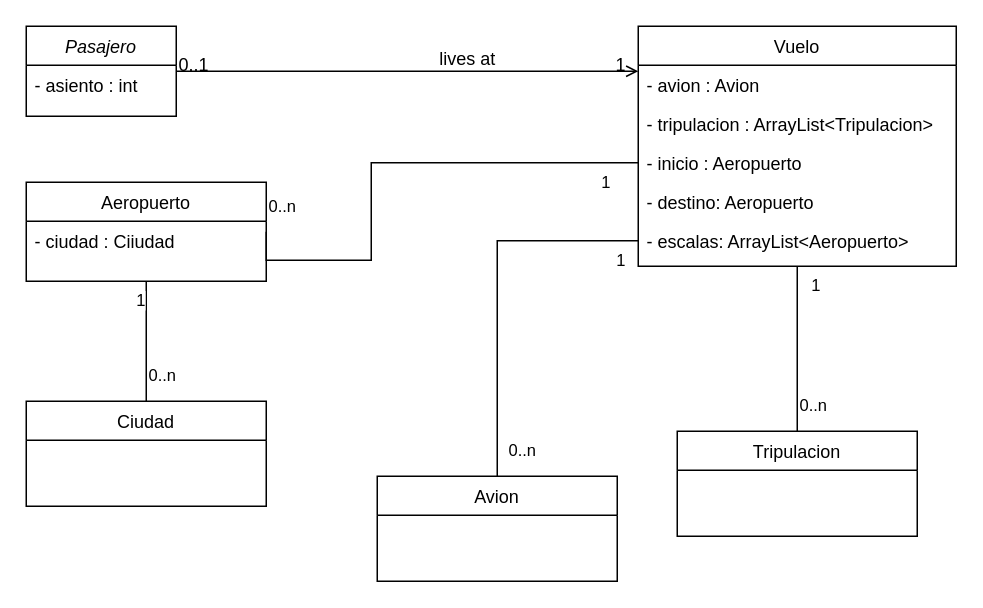
This is Untitled 3_c.drawio from 01Marina/MetodologiaDiagramasDeClases, a draw.io file, before an edit. Source tidied: cells renumbered, new cells numbered last; positions are measured from the earlier drawing's top-left corner, leaving out a move shared by most shapes. Both pictures are drawn from the tidied source at 150%, with x=0, y=0 at pixel (26, 26).
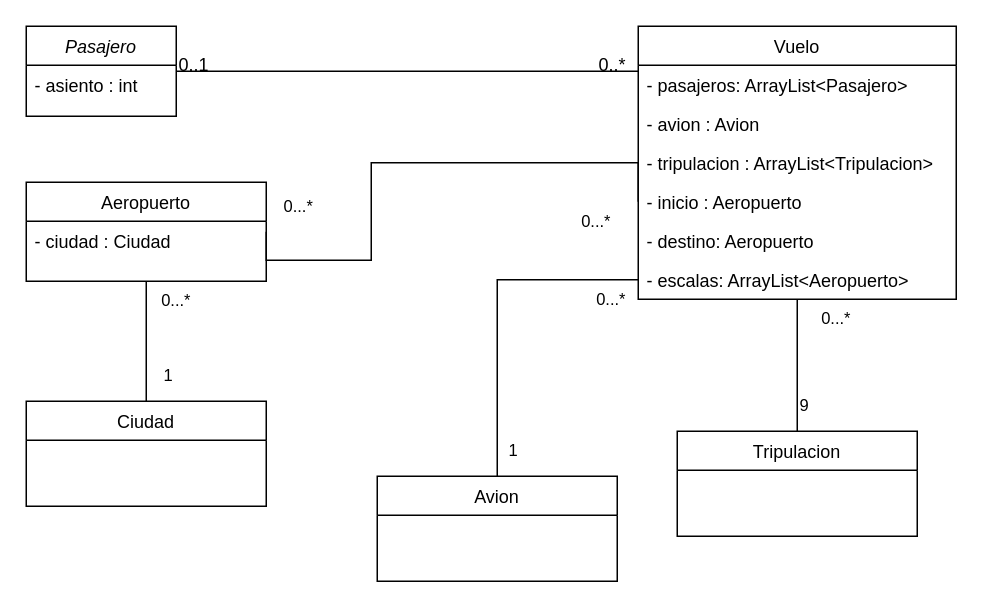
After the change.

Unchanged cells that the change refers to:
```xml
<mxCell id="2" value="Pasajero" style="swimlane;fontStyle=2;align=center;verticalAlign=top;horizontal=1;startSize=26;rounded=0;shadow=0;strokeWidth=1;" parent="1" vertex="1">
  <mxGeometry width="100" height="60" as="geometry" />
</mxCell>
<mxCell id="4" value="Aeropuerto" style="swimlane;fontStyle=0;align=center;verticalAlign=top;horizontal=1;startSize=26;rounded=0;shadow=0;strokeWidth=1;" parent="1" vertex="1">
  <mxGeometry y="104" width="160" height="66" as="geometry" />
</mxCell>
<mxCell id="19" style="endArrow=none;html=1;endSize=12;startArrow=none;startSize=14;startFill=0;edgeStyle=orthogonalEdgeStyle;rounded=0;endFill=0;entryX=0.5;entryY=1;entryDx=0;entryDy=0;exitX=0.5;exitY=0;exitDx=0;exitDy=0;" parent="1" edge="1" source="6" target="7">
  <mxGeometry relative="1" as="geometry" />
</mxCell>
<mxCell id="22" style="endArrow=none;html=1;endSize=12;startArrow=none;startSize=14;startFill=0;edgeStyle=orthogonalEdgeStyle;rounded=0;endFill=0;entryX=0;entryY=0.5;entryDx=0;entryDy=0;exitX=1;exitY=0.5;exitDx=0;exitDy=0;" parent="1" edge="1" source="4" target="10">
  <mxGeometry relative="1" as="geometry">
    <Array as="points">
      <mxPoint x="230" y="156" />
      <mxPoint x="230" y="91" />
    </Array>
  </mxGeometry>
</mxCell>
<mxCell id="25" style="endArrow=none;html=1;endSize=12;startArrow=none;startSize=14;startFill=0;edgeStyle=orthogonalEdgeStyle;rounded=0;endFill=0;exitX=0.5;exitY=0;exitDx=0;exitDy=0;entryX=0.5;entryY=1;entryDx=0;entryDy=0;" parent="1" edge="1" source="18" target="4">
  <mxGeometry relative="1" as="geometry" />
</mxCell>
<mxCell id="28" style="endArrow=none;html=1;endSize=12;startArrow=none;startSize=14;startFill=0;edgeStyle=orthogonalEdgeStyle;rounded=0;endFill=0;entryX=0;entryY=0.5;entryDx=0;entryDy=0;exitX=0.5;exitY=0;exitDx=0;exitDy=0;" parent="1" edge="1" source="17" target="12">
  <mxGeometry relative="1" as="geometry" />
</mxCell>
```

What changed in the source:
```diff
@@
-    <mxCell id="5" value="- ciudad : Ciiudad" style="text;align=left;verticalAlign=top;spacingLeft=4;spacingRight=4;overflow=hidden;" parent="4" vertex="1">
+    <mxCell id="5" value="- ciudad : Ciudad" style="text;align=left;verticalAlign=top;spacingLeft=4;spacingRight=4;overflow=hidden;" parent="4" vertex="1">
       <mxGeometry y="26" width="160" height="26" as="geometry" />
     </mxCell>
@@
     <mxCell id="7" value="Vuelo" style="swimlane;fontStyle=0;align=center;verticalAlign=top;horizontal=1;startSize=26;rounded=0;shadow=0;strokeWidth=1;" parent="1" vertex="1">
-      <mxGeometry x="408" width="212" height="160" as="geometry" />
+      <mxGeometry x="408" width="212" height="182" as="geometry" />
     </mxCell>
+    <mxCell id="31" value="- pasajeros: ArrayList&lt;Pasajero&gt;" style="text;align=left;verticalAlign=top;spacingLeft=4;spacingRight=4;overflow=hidden;" parent="7" vertex="1">
+      <mxGeometry y="26" width="212" height="26" as="geometry" />
+    </mxCell>
     <mxCell id="8" value="- avion : Avion" style="text;align=left;verticalAlign=top;spacingLeft=4;spacingRight=4;overflow=hidden;" parent="7" vertex="1">
-      <mxGeometry y="26" width="212" height="26" as="geometry" />
+      <mxGeometry y="52" width="212" height="26" as="geometry" />
     </mxCell>
     <mxCell id="9" value="- tripulacion : ArrayList&lt;Tripulacion&gt;" style="text;align=left;verticalAlign=top;spacingLeft=4;spacingRight=4;overflow=hidden;" parent="7" vertex="1">
-      <mxGeometry y="52" width="212" height="26" as="geometry" />
+      <mxGeometry y="78" width="212" height="26" as="geometry" />
     </mxCell>
     <mxCell id="10" value="- inicio : Aeropuerto" style="text;align=left;verticalAlign=top;spacingLeft=4;spacingRight=4;overflow=hidden;points=[[0,0.5],[1,0.5]];portConstraint=eastwest;" parent="7" vertex="1">
-      <mxGeometry y="78" width="212" height="26" as="geometry" />
+      <mxGeometry y="104" width="212" height="26" as="geometry" />
     </mxCell>
     <mxCell id="11" value="- destino: Aeropuerto" style="text;align=left;verticalAlign=top;spacingLeft=4;spacingRight=4;overflow=hidden;" parent="7" vertex="1">
-      <mxGeometry y="104" width="212" height="26" as="geometry" />
+      <mxGeometry y="130" width="212" height="26" as="geometry" />
     </mxCell>
     <mxCell id="12" value="- escalas: ArrayList&lt;Aeropuerto&gt;" style="text;align=left;verticalAlign=top;spacingLeft=4;spacingRight=4;overflow=hidden;points=[[0,0.5],[1,0.5]];portConstraint=eastwest;" parent="7" vertex="1">
-      <mxGeometry y="130" width="212" height="26" as="geometry" />
+      <mxGeometry y="156" width="212" height="26" as="geometry" />
     </mxCell>
-    <mxCell id="13" style="endArrow=open;shadow=0;strokeWidth=1;rounded=0;endFill=1;edgeStyle=elbowEdgeStyle;elbow=vertical;" parent="1" edge="1" source="2" target="7">
+    <mxCell id="13" style="endArrow=none;shadow=0;strokeWidth=1;rounded=0;endFill=0;edgeStyle=elbowEdgeStyle;elbow=vertical;" parent="1" edge="1" source="2" target="7">
       <mxGeometry x="0.5" y="41" relative="1" as="geometry">
         <mxPoint x="-40" y="32" as="offset" />
       </mxGeometry>
     </mxCell>
@@
-    <mxCell id="15" value="1" style="align=right;verticalAlign=bottom;labelBackgroundColor=none;fontSize=12;" parent="13" vertex="1">
+    <mxCell id="15" value="0..*" style="align=right;verticalAlign=bottom;labelBackgroundColor=none;fontSize=12;" parent="13" vertex="1">
       <mxGeometry x="1" relative="1" as="geometry">
         <mxPoint x="-7" y="4" as="offset" />
       </mxGeometry>
     </mxCell>
-    <mxCell id="16" value="lives at" style="text;html=1;align=center;verticalAlign=middle;labelBackgroundColor=none;rounded=0;shadow=0;strokeWidth=1;fontSize=12;" parent="13" vertex="1">
-      <mxGeometry x="0.5" y="49" relative="1" as="geometry">
-        <mxPoint x="-38" y="40" as="offset" />
-      </mxGeometry>
-    </mxCell>
@@
-    <mxCell id="20" value="0..n" style="edgeLabel;html=1;align=left;verticalAlign=top;" parent="19" vertex="1">
+    <mxCell id="20" value="9" style="edgeLabel;html=1;align=left;verticalAlign=top;" parent="19" vertex="1">
       <mxGeometry x="-1" relative="1" as="geometry">
         <mxPoint y="-30" as="offset" />
       </mxGeometry>
     </mxCell>
-    <mxCell id="21" value="1" style="edgeLabel;html=1;align=right;verticalAlign=top;" parent="19" vertex="1">
+    <mxCell id="21" value="0...*" style="edgeLabel;html=1;align=right;verticalAlign=top;" parent="19" vertex="1">
       <mxGeometry x="1" relative="1" as="geometry">
-        <mxPoint x="16" as="offset" />
+        <mxPoint x="36" as="offset" />
       </mxGeometry>
     </mxCell>
@@
-    <mxCell id="23" value="0..n" style="edgeLabel;html=1;align=left;verticalAlign=top;" parent="22" vertex="1">
+    <mxCell id="23" value="0...*" style="edgeLabel;html=1;align=left;verticalAlign=top;" parent="22" vertex="1">
       <mxGeometry x="-1" relative="1" as="geometry">
-        <mxPoint y="-30" as="offset" />
+        <mxPoint x="10" y="-30" as="offset" />
       </mxGeometry>
     </mxCell>
-    <mxCell id="24" value="1" style="edgeLabel;html=1;align=right;verticalAlign=top;" parent="22" vertex="1">
+    <mxCell id="24" value="0...*" style="edgeLabel;html=1;align=right;verticalAlign=top;" parent="22" vertex="1">
       <mxGeometry x="1" relative="1" as="geometry">
         <mxPoint x="-18" as="offset" />
       </mxGeometry>
     </mxCell>
@@
-    <mxCell id="26" value="0..n" style="edgeLabel;html=1;align=left;verticalAlign=top;" parent="25" vertex="1">
+    <mxCell id="26" value="1" style="edgeLabel;html=1;align=left;verticalAlign=top;" parent="25" vertex="1">
       <mxGeometry x="-1" relative="1" as="geometry">
-        <mxPoint y="-30" as="offset" />
+        <mxPoint x="10" y="-30" as="offset" />
       </mxGeometry>
     </mxCell>
-    <mxCell id="27" value="1" style="edgeLabel;html=1;align=right;verticalAlign=top;" parent="25" vertex="1">
-      <mxGeometry x="1" relative="1" as="geometry" />
+    <mxCell id="27" value="0...*" style="edgeLabel;html=1;align=right;verticalAlign=top;" parent="25" vertex="1">
+      <mxGeometry x="1" relative="1" as="geometry">
+        <mxPoint x="30" as="offset" />
+      </mxGeometry>
     </mxCell>
@@
-    <mxCell id="29" value="0..n" style="edgeLabel;html=1;align=left;verticalAlign=top;" parent="28" vertex="1">
+    <mxCell id="29" value="1" style="edgeLabel;html=1;align=left;verticalAlign=top;" parent="28" vertex="1">
       <mxGeometry x="-1" relative="1" as="geometry">
         <mxPoint x="6" y="-30" as="offset" />
       </mxGeometry>
     </mxCell>
-    <mxCell id="30" value="1" style="edgeLabel;html=1;align=right;verticalAlign=top;" parent="28" vertex="1">
+    <mxCell id="30" value="0...*" style="edgeLabel;html=1;align=right;verticalAlign=top;" parent="28" vertex="1">
       <mxGeometry x="1" relative="1" as="geometry">
         <mxPoint x="-8" as="offset" />
       </mxGeometry>
     </mxCell>
```
